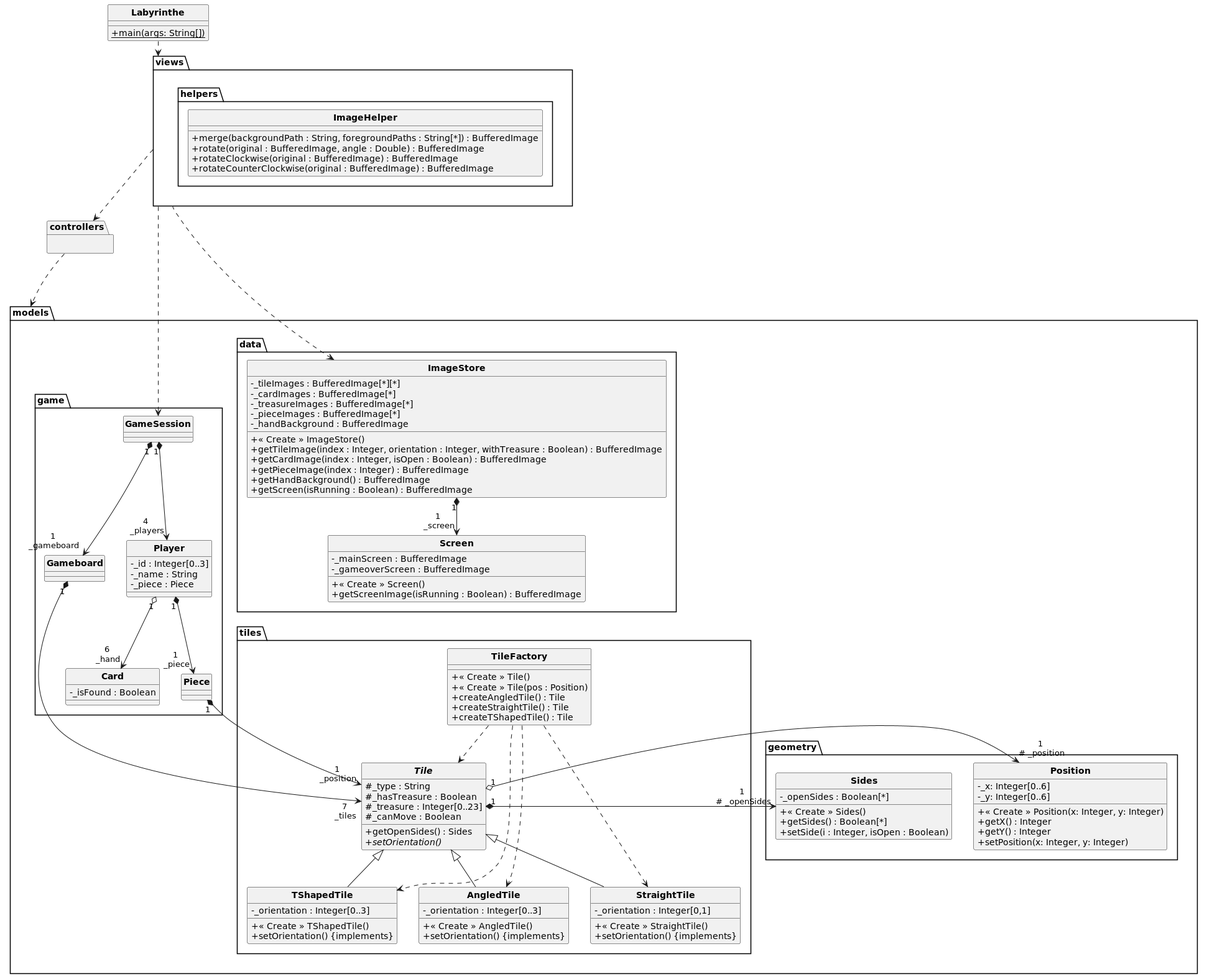
ElenaFri/labyrinthe keeps this PlantUML diagram as uml/Labyrinthe.png. Above is the earlier version.
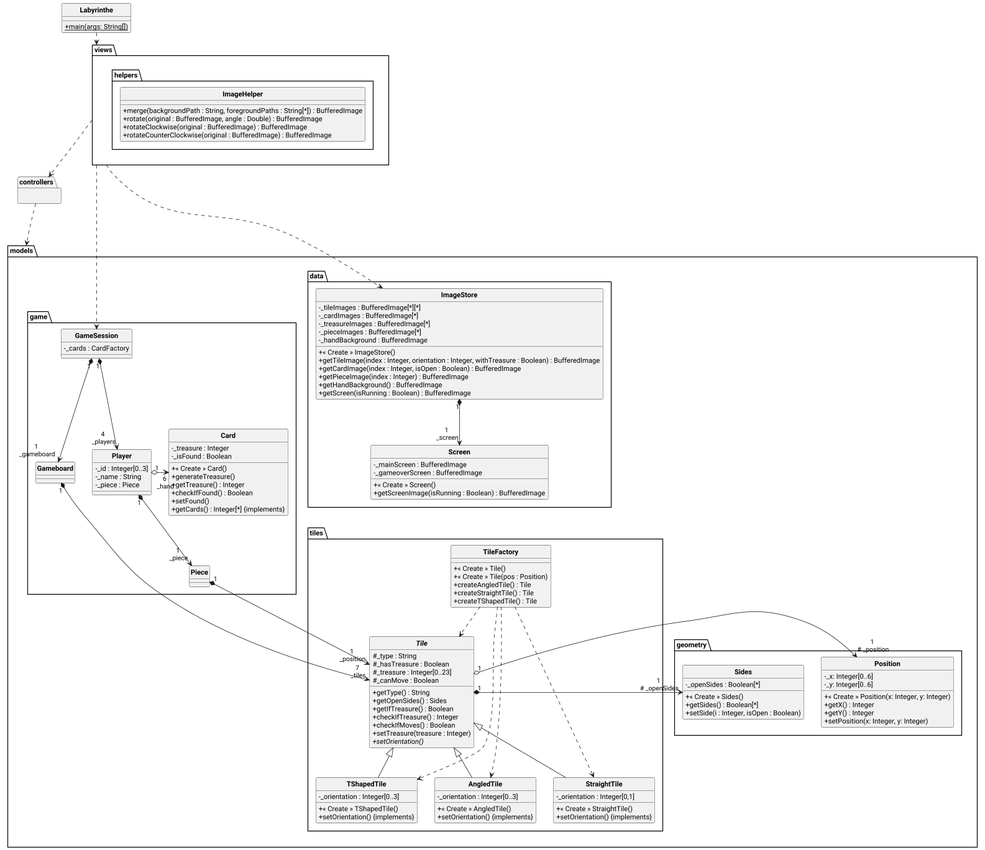
After the commit.

Commit message:
màj UML : cartes

Change to the diagram source:
```diff
@@ -43,8 +43,13 @@
 			# _hasTreasure : Boolean
 			# _treasure : Integer[0..23]
 			# _canMove : Boolean
+			+ getType() : String
 			+ getOpenSides() : Sides
-			+ {abstract}setOrientation()
+			+ getIfTreasure() : Boolean
+			+ checkIfTreasure() : Integer
+			+ checkIfMoves() : Boolean
+			+ setTreasure(treasure : Integer)
+			+ {abstract} setOrientation()
 		}
 		class AngledTile extends Tile {
 			- _orientation : Integer[0..3]
@@ -82,11 +87,24 @@
 	}
 
 	package game {
-		class GameSession {}
+		class GameSession {
+		    - _cards : CardFactory
+		}
+
+
 		class Gameboard {}
+
 		class Card {
+		    - _treasure : Integer
 			- _isFound : Boolean
+			+ « Create » Card()
+			+ generateTreasure()
+            + getTreasure() : Integer
+            + checkIfFound() : Boolean
+            + setFound()
+            + getCards() : Integer[*] {implements}
 		}
+
 		class Player {
 			- _id : Integer[0..3]
 			- _name : String
@@ -126,7 +144,7 @@
 views ....> GameSession
 views .> controllers
 Gameboard "1" *---> "7\n _tiles" Tile
-Player "1" o--> "6\n _hand" Card
+Player "1" o-> "6\n _hand" Card
 Player "1" *--> "1\n _piece" Piece
 Piece "1" *--> "1\n _position" Tile
 GameSession "1" *--> "4\n _players" Player
```
